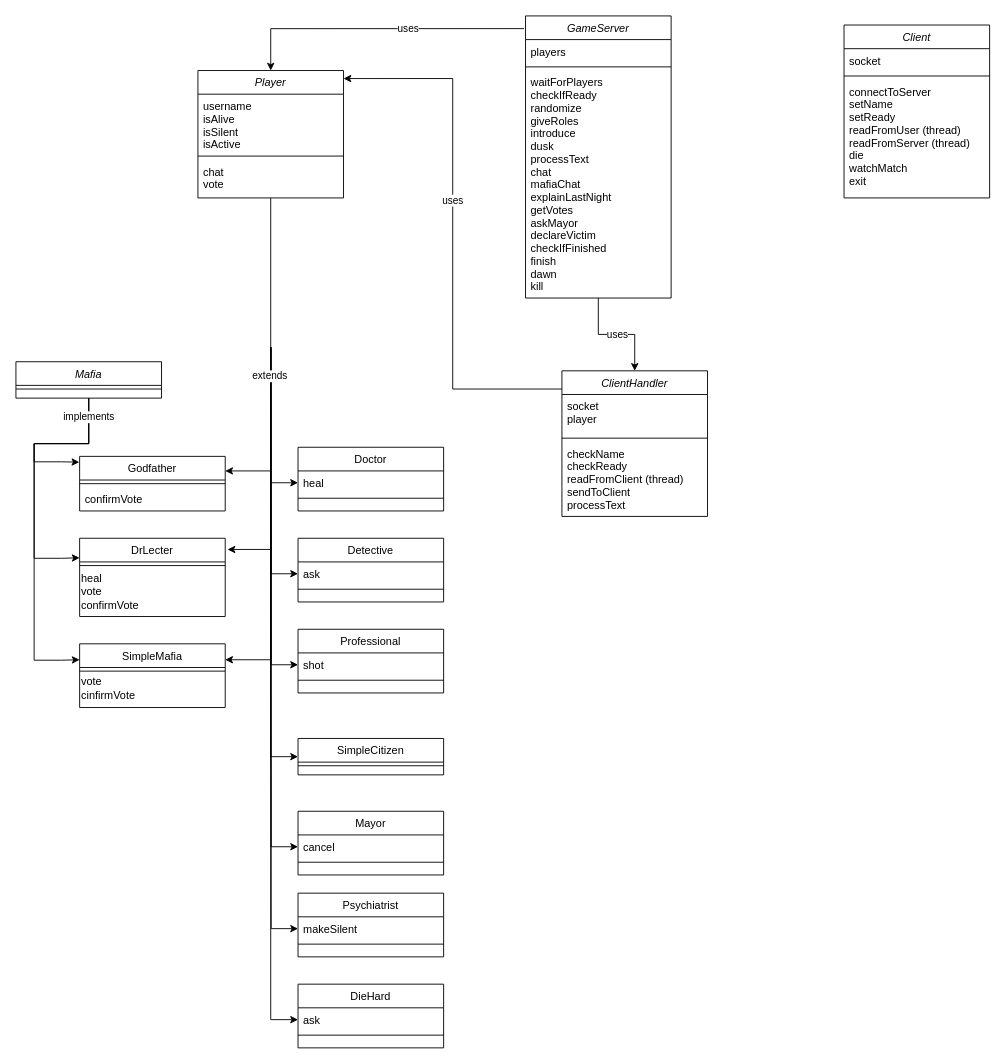
Earlier version of the draw.io diagram Untitled Diagram.drawio (Taha-Elmi/Mafia). Source tidied: cells renumbered, new cells numbered last; positions are measured from the earlier drawing's top-left corner, leaving out a move shared by most shapes. Both pictures are drawn from the tidied source at 91%, with x=0, y=0 at pixel (15, 15).
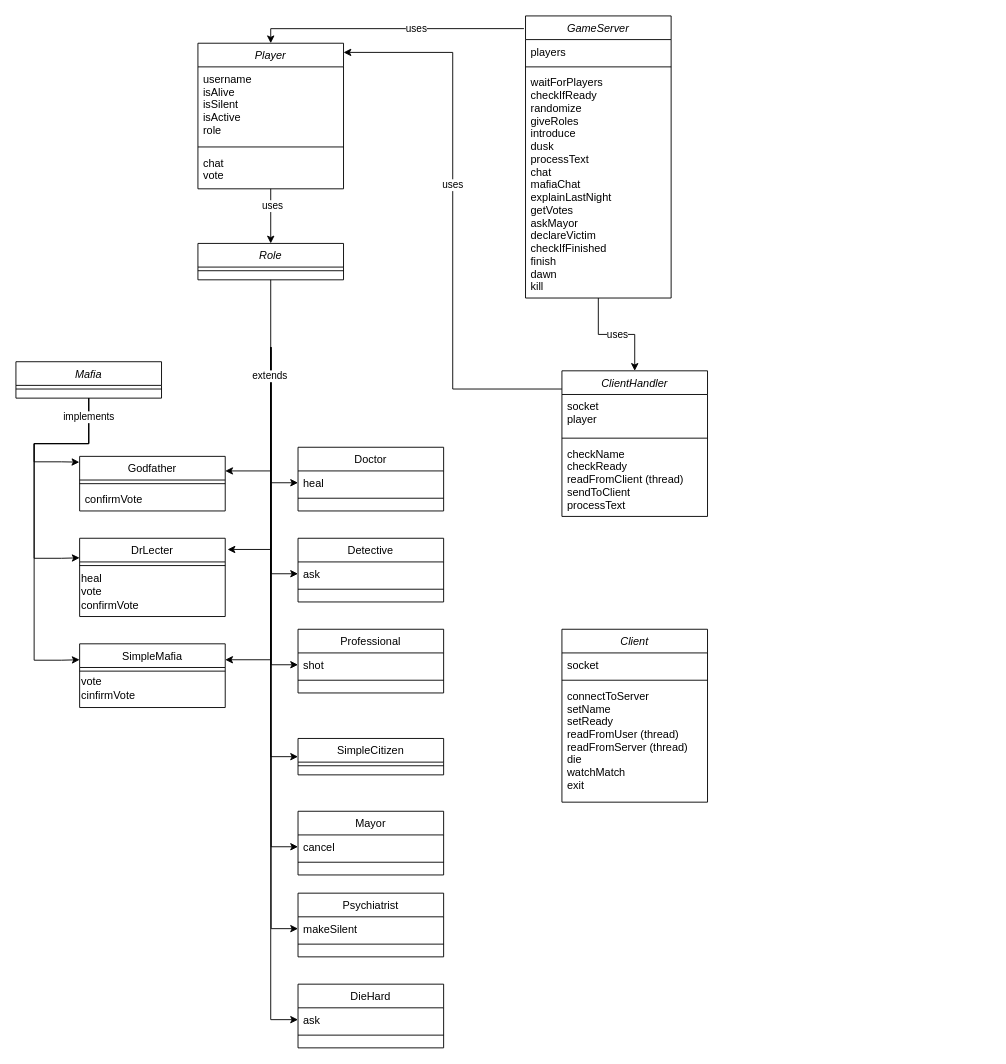
The same page after the edit.

Commit message:
Role is added to the diagram

Unchanged cells that the change refers to:
```xml
<mxCell id="33" value="ask" style="text;align=left;verticalAlign=top;spacingLeft=4;spacingRight=4;overflow=hidden;points=[[0,0.5],[1,0.5]];portConstraint=eastwest;" parent="32" vertex="1">
  <mxGeometry y="26" width="160" height="26" as="geometry" />
</mxCell>
<mxCell id="62" value="ClientHandler" style="swimlane;fontStyle=2;align=center;verticalAlign=top;horizontal=1;startSize=26;rounded=0;shadow=0;strokeWidth=1;" parent="1" vertex="1">
  <mxGeometry x="600" y="390" width="160" height="160" as="geometry" />
</mxCell>
```

The edit, as a diff of the source:
```diff
@@
+    <mxCell id="70" style="edgeStyle=orthogonalEdgeStyle;rounded=0;jettySize=auto;html=1;entryX=0.5;entryY=0;entryDx=0;entryDy=0;" parent="1" edge="1" source="2" target="72">
+      <mxGeometry relative="1" as="geometry" />
+    </mxCell>
+    <mxCell id="71" value="uses" style="edgeLabel;html=1;align=center;verticalAlign=middle;" parent="70" vertex="1">
+      <mxGeometry x="-0.39" y="1" relative="1" as="geometry" />
+    </mxCell>
     <mxCell id="2" value="Player" style="swimlane;fontStyle=2;align=center;verticalAlign=top;horizontal=1;startSize=26;rounded=0;shadow=0;strokeWidth=1;" parent="1" vertex="1">
-      <mxGeometry x="200" y="60" width="160" height="140" as="geometry" />
+      <mxGeometry x="200" y="30" width="160" height="160" as="geometry" />
     </mxCell>
-    <mxCell id="3" value="username&#10;isAlive&#10;isSilent&#10;isActive" style="text;align=left;verticalAlign=top;spacingLeft=4;spacingRight=4;overflow=hidden;" parent="2" vertex="1">
-      <mxGeometry y="26" width="160" height="64" as="geometry" />
+    <mxCell id="3" value="username&#10;isAlive&#10;isSilent&#10;isActive&#10;role" style="text;align=left;verticalAlign=top;spacingLeft=4;spacingRight=4;overflow=hidden;" parent="2" vertex="1">
+      <mxGeometry y="26" width="160" height="84" as="geometry" />
     </mxCell>
     <mxCell id="4" style="line;html=1;strokeWidth=1;align=left;verticalAlign=middle;spacingTop=-1;spacingLeft=3;spacingRight=3;labelPosition=right;" parent="2" vertex="1">
-      <mxGeometry y="90" width="160" height="8" as="geometry" />
+      <mxGeometry y="110" width="160" height="8" as="geometry" />
     </mxCell>
     <mxCell id="5" value="chat&#10;vote" style="text;align=left;verticalAlign=top;spacingLeft=4;spacingRight=4;overflow=hidden;" parent="2" vertex="1">
-      <mxGeometry y="98" width="160" height="42" as="geometry" />
+      <mxGeometry y="118" width="160" height="42" as="geometry" />
     </mxCell>
@@
-    <mxCell id="43" style="edgeStyle=orthogonalEdgeStyle;rounded=0;jettySize=auto;html=1;exitX=0.5;exitY=1;exitDx=0;exitDy=0;entryX=0;entryY=0.5;entryDx=0;entryDy=0;" parent="1" edge="1" source="2" target="33">
+    <mxCell id="43" style="edgeStyle=orthogonalEdgeStyle;rounded=0;jettySize=auto;html=1;exitX=0.5;exitY=1;exitDx=0;exitDy=0;entryX=0;entryY=0.5;entryDx=0;entryDy=0;" parent="1" edge="1" source="72" target="33">
       <mxGeometry relative="1" as="geometry" />
     </mxCell>
@@
     <mxCell id="60" style="edgeStyle=orthogonalEdgeStyle;rounded=0;jettySize=auto;html=1;entryX=1;entryY=0.063;entryDx=0;entryDy=0;entryPerimeter=0;" parent="1" edge="1" source="62" target="2">
       <mxGeometry relative="1" as="geometry">
         <Array as="points">
           <mxPoint x="480" y="410" />
-          <mxPoint x="480" y="69" />
+          <mxPoint x="480" y="40" />
         </Array>
       </mxGeometry>
     </mxCell>
@@
     <mxCell id="66" value="Client" style="swimlane;fontStyle=2;align=center;verticalAlign=top;horizontal=1;startSize=26;rounded=0;shadow=0;strokeWidth=1;" parent="1" vertex="1">
-      <mxGeometry x="910" y="10" width="160" height="190" as="geometry" />
+      <mxGeometry x="600" y="674" width="160" height="190" as="geometry" />
     </mxCell>
@@
+    <mxCell id="72" value="Role" style="swimlane;fontStyle=2;align=center;verticalAlign=top;horizontal=1;startSize=26;rounded=0;shadow=0;strokeWidth=1;" parent="1" vertex="1">
+      <mxGeometry x="200" y="250" width="160" height="40" as="geometry" />
+    </mxCell>
+    <mxCell id="73" style="line;html=1;strokeWidth=1;align=left;verticalAlign=middle;spacingTop=-1;spacingLeft=3;spacingRight=3;labelPosition=right;" parent="72" vertex="1">
+      <mxGeometry y="26" width="160" height="8" as="geometry" />
+    </mxCell>
```
